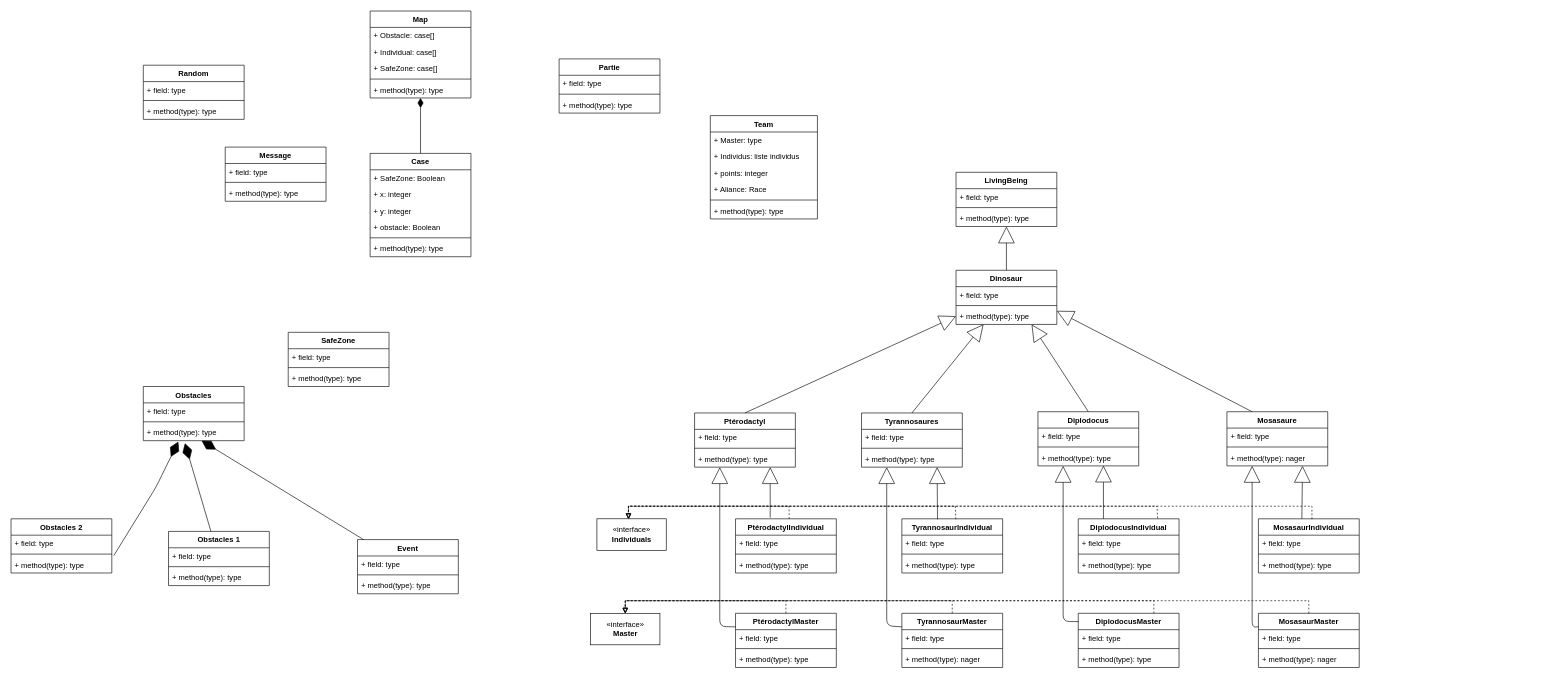
Before: Structure/UML-Diagram.drawio in 0xtter/Jurassic-Fight, a draw.io diagram. Source tidied: cells renumbered, new cells numbered last; positions are measured from the earlier drawing's top-left corner, leaving out a move shared by most shapes. Both pictures are drawn from the tidied source at 63%, with x=0, y=0 at pixel (11, 11).
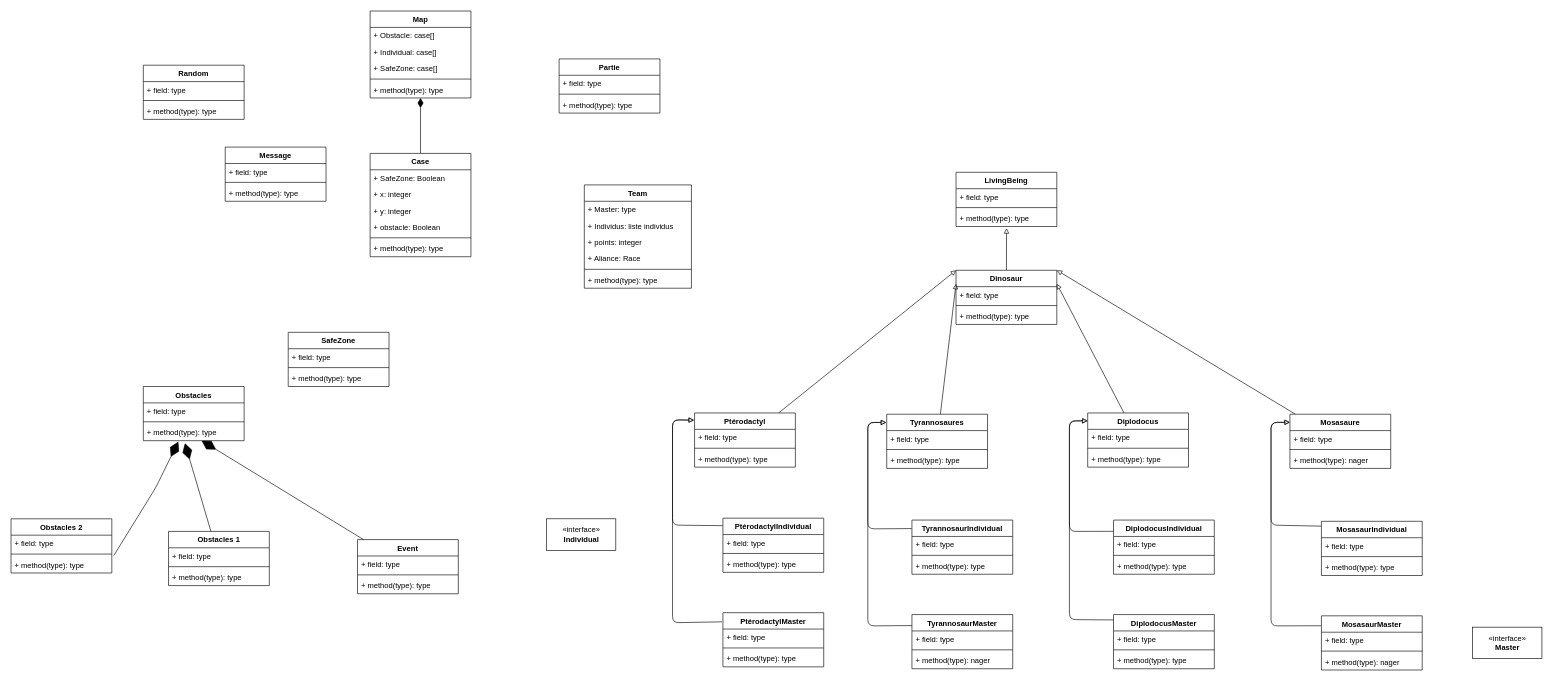
After the change.

Unchanged cells that the change refers to:
```xml
<mxCell id="2" value="LivingBeing" style="swimlane;fontStyle=1;align=center;verticalAlign=top;horizontal=1;startSize=26;" parent="1" vertex="1">
  <mxGeometry x="1500" y="256" width="160" height="86" as="geometry" />
</mxCell>
<mxCell id="5" value="+ method(type): type" style="text;strokeColor=none;fillColor=none;align=left;verticalAlign=top;spacingLeft=4;spacingRight=4;overflow=hidden;points=[[0,0.5],[1,0.5]];portConstraint=eastwest;" parent="2" vertex="1">
  <mxGeometry y="60" width="160" height="26" as="geometry" />
</mxCell>
<mxCell id="6" value="Dinosaur" style="swimlane;fontStyle=1;align=center;verticalAlign=top;horizontal=1;startSize=26;" parent="1" vertex="1">
  <mxGeometry x="1500" y="411.5" width="160" height="86" as="geometry" />
</mxCell>
<mxCell id="9" value="+ method(type): type" style="text;strokeColor=none;fillColor=none;align=left;verticalAlign=top;spacingLeft=4;spacingRight=4;overflow=hidden;points=[[0,0.5],[1,0.5]];portConstraint=eastwest;" parent="6" vertex="1">
  <mxGeometry y="60" width="160" height="26" as="geometry" />
</mxCell>
<mxCell id="10" value="Ptérodactyl" style="swimlane;fontStyle=1;align=center;verticalAlign=top;horizontal=1;startSize=26;" parent="1" vertex="1">
  <mxGeometry x="1085" y="638" width="160" height="86" as="geometry" />
</mxCell>
<mxCell id="21" value="+ method(type): type" style="text;strokeColor=none;fillColor=none;align=left;verticalAlign=top;spacingLeft=4;spacingRight=4;overflow=hidden;points=[[0,0.5],[1,0.5]];portConstraint=eastwest;" parent="18" vertex="1">
  <mxGeometry y="60" width="160" height="26" as="geometry" />
</mxCell>
```

Diff of the diagram source:
```diff
@@
+    <mxCell id="137" style="edgeStyle=none;rounded=1;html=1;entryX=0.501;entryY=1.105;entryDx=0;entryDy=0;entryPerimeter=0;endArrow=block;endFill=0;" parent="1" edge="1" source="6" target="5">
+      <mxGeometry relative="1" as="geometry" />
+    </mxCell>
@@
+    <mxCell id="138" style="edgeStyle=none;rounded=1;html=1;entryX=0;entryY=0;entryDx=0;entryDy=0;endArrow=block;endFill=0;" parent="1" edge="1" source="10" target="6">
+      <mxGeometry relative="1" as="geometry" />
+    </mxCell>
@@
+    <mxCell id="139" style="edgeStyle=none;rounded=1;html=1;entryX=0;entryY=0.25;entryDx=0;entryDy=0;endArrow=block;endFill=0;" parent="1" edge="1" source="14" target="6">
+      <mxGeometry relative="1" as="geometry" />
+    </mxCell>
     <mxCell id="14" value="Tyrannosaures" style="swimlane;fontStyle=1;align=center;verticalAlign=top;horizontal=1;startSize=26;" parent="1" vertex="1">
-      <mxGeometry x="1350" y="638" width="160" height="86" as="geometry" />
+      <mxGeometry x="1390" y="640" width="160" height="86" as="geometry" />
     </mxCell>
@@
+    <mxCell id="108" style="edgeStyle=none;rounded=1;html=1;entryX=1;entryY=0.25;entryDx=0;entryDy=0;endArrow=block;endFill=0;" parent="1" edge="1" source="18" target="6">
+      <mxGeometry relative="1" as="geometry" />
+    </mxCell>
     <mxCell id="18" value="Diplodocus" style="swimlane;fontStyle=1;align=center;verticalAlign=top;horizontal=1;startSize=26;" parent="1" vertex="1">
-      <mxGeometry x="1630" y="636" width="160" height="86" as="geometry" />
+      <mxGeometry x="1709" y="638" width="160" height="86" as="geometry" />
     </mxCell>
@@
+    <mxCell id="109" style="edgeStyle=none;rounded=1;html=1;entryX=1;entryY=0;entryDx=0;entryDy=0;endArrow=block;endFill=0;" parent="1" edge="1" source="22" target="6">
+      <mxGeometry relative="1" as="geometry" />
+    </mxCell>
     <mxCell id="22" value="Mosasaure" style="swimlane;fontStyle=1;align=center;verticalAlign=top;horizontal=1;startSize=26;" parent="1" vertex="1">
-      <mxGeometry x="1930" y="636" width="160" height="86" as="geometry" />
+      <mxGeometry x="2030" y="640" width="160" height="86" as="geometry" />
     </mxCell>
@@
     <mxCell id="32" value="Team" style="swimlane;fontStyle=1;align=center;verticalAlign=top;horizontal=1;startSize=26;" parent="1" vertex="1">
-      <mxGeometry x="1110" y="166" width="170" height="164" as="geometry" />
+      <mxGeometry x="910" y="276" width="170" height="164" as="geometry" />
     </mxCell>
@@
-    <mxCell id="59" value="«interface»&lt;br&gt;&lt;b&gt;Individuals&lt;/b&gt;" style="html=1;" parent="1" vertex="1">
-      <mxGeometry x="930" y="806" width="110" height="50" as="geometry" />
+    <mxCell id="59" value="«interface»&lt;br&gt;&lt;b&gt;Individual&lt;/b&gt;" style="html=1;" parent="1" vertex="1">
+      <mxGeometry x="850" y="806" width="110" height="50" as="geometry" />
     </mxCell>
     <mxCell id="60" value="«interface»&lt;br&gt;&lt;b&gt;Master&lt;/b&gt;" style="html=1;" parent="1" vertex="1">
-      <mxGeometry x="920" y="956" width="110" height="50" as="geometry" />
+      <mxGeometry x="2320" y="978" width="110" height="50" as="geometry" />
     </mxCell>
@@
+    <mxCell id="110" style="edgeStyle=none;html=1;entryX=-0.004;entryY=0.133;entryDx=0;entryDy=0;endArrow=block;endFill=0;entryPerimeter=0;exitX=-0.002;exitY=0.138;exitDx=0;exitDy=0;exitPerimeter=0;" parent="1" edge="1" source="69" target="10">
+      <mxGeometry relative="1" as="geometry">
+        <Array as="points">
+          <mxPoint x="1050" y="816" />
+          <mxPoint x="1050" y="649" />
+        </Array>
+      </mxGeometry>
+    </mxCell>
     <mxCell id="69" value="PtérodactylIndividual" style="swimlane;fontStyle=1;align=center;verticalAlign=top;horizontal=1;startSize=26;" parent="1" vertex="1">
-      <mxGeometry x="1150" y="806" width="160" height="86" as="geometry" />
+      <mxGeometry x="1130" y="805" width="160" height="86" as="geometry" />
     </mxCell>
@@
+    <mxCell id="112" style="edgeStyle=none;rounded=1;html=1;entryX=-0.007;entryY=0.131;entryDx=0;entryDy=0;entryPerimeter=0;endArrow=block;endFill=0;exitX=-0.008;exitY=0.169;exitDx=0;exitDy=0;exitPerimeter=0;" parent="1" edge="1" source="73" target="10">
+      <mxGeometry relative="1" as="geometry">
+        <Array as="points">
+          <mxPoint x="1050" y="971" />
+          <mxPoint x="1050" y="649" />
+        </Array>
+      </mxGeometry>
+    </mxCell>
     <mxCell id="73" value="PtérodactylMaster" style="swimlane;fontStyle=1;align=center;verticalAlign=top;horizontal=1;startSize=26;" parent="1" vertex="1">
-      <mxGeometry x="1150" y="956" width="160" height="86" as="geometry" />
+      <mxGeometry x="1130" y="955" width="160" height="86" as="geometry" />
     </mxCell>
@@
+    <mxCell id="111" style="edgeStyle=none;rounded=1;html=1;endArrow=block;endFill=0;entryX=-0.004;entryY=0.153;entryDx=0;entryDy=0;entryPerimeter=0;exitX=-0.002;exitY=0.157;exitDx=0;exitDy=0;exitPerimeter=0;" parent="1" edge="1" source="77" target="14">
+      <mxGeometry relative="1" as="geometry">
+        <Array as="points">
+          <mxPoint x="1360" y="822" />
+          <mxPoint x="1360" y="653" />
+        </Array>
+      </mxGeometry>
+    </mxCell>
     <mxCell id="77" value="TyrannosaurIndividual" style="swimlane;fontStyle=1;align=center;verticalAlign=top;horizontal=1;startSize=26;" parent="1" vertex="1">
-      <mxGeometry x="1414" y="806" width="160" height="86" as="geometry" />
+      <mxGeometry x="1430" y="808" width="160" height="86" as="geometry" />
     </mxCell>
@@
+    <mxCell id="113" style="edgeStyle=none;rounded=1;html=1;endArrow=block;endFill=0;entryX=-0.006;entryY=0.153;entryDx=0;entryDy=0;entryPerimeter=0;exitX=0.005;exitY=0.203;exitDx=0;exitDy=0;exitPerimeter=0;" parent="1" edge="1" source="81" target="14">
+      <mxGeometry relative="1" as="geometry">
+        <Array as="points">
+          <mxPoint x="1360" y="976" />
+          <mxPoint x="1360" y="653" />
+        </Array>
+      </mxGeometry>
+    </mxCell>
     <mxCell id="81" value="TyrannosaurMaster" style="swimlane;fontStyle=1;align=center;verticalAlign=top;horizontal=1;startSize=26;" parent="1" vertex="1">
-      <mxGeometry x="1414" y="956" width="160" height="86" as="geometry" />
+      <mxGeometry x="1430" y="958" width="160" height="86" as="geometry" />
     </mxCell>
@@
+    <mxCell id="140" style="edgeStyle=none;rounded=1;html=1;endArrow=block;endFill=0;entryX=0.001;entryY=0.144;entryDx=0;entryDy=0;entryPerimeter=0;exitX=0.001;exitY=0.208;exitDx=0;exitDy=0;exitPerimeter=0;" parent="1" edge="1" source="89" target="18">
+      <mxGeometry relative="1" as="geometry">
+        <Array as="points">
+          <mxPoint x="1680" y="826" />
+          <mxPoint x="1680" y="650" />
+        </Array>
+      </mxGeometry>
+    </mxCell>
     <mxCell id="89" value="DiplodocusIndividual" style="swimlane;fontStyle=1;align=center;verticalAlign=top;horizontal=1;startSize=26;" parent="1" vertex="1">
-      <mxGeometry x="1694" y="806" width="160" height="86" as="geometry" />
+      <mxGeometry x="1750" y="808" width="160" height="86" as="geometry" />
     </mxCell>
@@
+    <mxCell id="114" style="edgeStyle=none;rounded=1;html=1;endArrow=block;endFill=0;entryX=-0.002;entryY=0.147;entryDx=0;entryDy=0;entryPerimeter=0;exitX=0.006;exitY=0.099;exitDx=0;exitDy=0;exitPerimeter=0;" parent="1" edge="1" source="93" target="18">
+      <mxGeometry relative="1" as="geometry">
+        <Array as="points">
+          <mxPoint x="1680" y="966" />
+          <mxPoint x="1680" y="651" />
+        </Array>
+      </mxGeometry>
+    </mxCell>
     <mxCell id="93" value="DiplodocusMaster" style="swimlane;fontStyle=1;align=center;verticalAlign=top;horizontal=1;startSize=26;" parent="1" vertex="1">
-      <mxGeometry x="1694" y="956" width="160" height="86" as="geometry" />
+      <mxGeometry x="1750" y="958" width="160" height="86" as="geometry" />
     </mxCell>
@@
+    <mxCell id="117" style="edgeStyle=none;rounded=1;html=1;entryX=-0.001;entryY=0.151;entryDx=0;entryDy=0;entryPerimeter=0;endArrow=block;endFill=0;exitX=0;exitY=0.089;exitDx=0;exitDy=0;exitPerimeter=0;" parent="1" edge="1" source="97" target="22">
+      <mxGeometry relative="1" as="geometry">
+        <Array as="points">
+          <mxPoint x="2000" y="816" />
+          <mxPoint x="2000" y="653" />
+        </Array>
+      </mxGeometry>
+    </mxCell>
     <mxCell id="97" value="MosasaurIndividual" style="swimlane;fontStyle=1;align=center;verticalAlign=top;horizontal=1;startSize=26;" parent="1" vertex="1">
-      <mxGeometry x="1980" y="806" width="160" height="86" as="geometry" />
+      <mxGeometry x="2080" y="810" width="160" height="86" as="geometry" />
     </mxCell>
@@
+    <mxCell id="116" style="edgeStyle=none;rounded=1;html=1;entryX=0;entryY=0.147;entryDx=0;entryDy=0;entryPerimeter=0;endArrow=block;endFill=0;exitX=-0.005;exitY=0.183;exitDx=0;exitDy=0;exitPerimeter=0;" parent="1" edge="1" source="101" target="22">
+      <mxGeometry relative="1" as="geometry">
+        <Array as="points">
+          <mxPoint x="2000" y="976" />
+          <mxPoint x="2000" y="653" />
+        </Array>
+      </mxGeometry>
+    </mxCell>
     <mxCell id="101" value="MosasaurMaster" style="swimlane;fontStyle=1;align=center;verticalAlign=top;horizontal=1;startSize=26;" parent="1" vertex="1">
-      <mxGeometry x="1980" y="956" width="160" height="86" as="geometry" />
+      <mxGeometry x="2080" y="960" width="160" height="86" as="geometry" />
     </mxCell>
@@
-    <mxCell id="105" style="endArrow=block;endFill=0;endSize=24;html=1;exitX=0.5;exitY=0;exitDx=0;exitDy=0;entryX=0.5;entryY=1;entryDx=0;entryDy=0;" parent="1" edge="1" source="6" target="2">
-      <mxGeometry relative="1" as="geometry" />
-    </mxCell>
-    <mxCell id="106" style="endArrow=block;endFill=0;endSize=24;html=1;exitX=0.5;exitY=0;exitDx=0;exitDy=0;entryX=0.273;entryY=0.992;entryDx=0;entryDy=0;entryPerimeter=0;" parent="1" edge="1" source="14" target="9">
-      <mxGeometry relative="1" as="geometry" />
-    </mxCell>
-    <mxCell id="107" style="endArrow=block;endFill=0;endSize=24;html=1;entryX=0;entryY=0.5;entryDx=0;entryDy=0;exitX=0.5;exitY=0;exitDx=0;exitDy=0;" parent="1" edge="1" source="10" target="9">
-      <mxGeometry relative="1" as="geometry" />
-    </mxCell>
-    <mxCell id="108" style="endArrow=block;endFill=0;endSize=24;html=1;entryX=0.75;entryY=1;entryDx=0;entryDy=0;exitX=0.5;exitY=0;exitDx=0;exitDy=0;" parent="1" edge="1" source="18" target="6">
-      <mxGeometry relative="1" as="geometry" />
-    </mxCell>
-    <mxCell id="109" style="endArrow=block;endFill=0;endSize=24;html=1;entryX=1;entryY=0.75;entryDx=0;entryDy=0;exitX=0.25;exitY=0;exitDx=0;exitDy=0;" parent="1" edge="1" source="22" target="6">
-      <mxGeometry relative="1" as="geometry" />
-    </mxCell>
-    <mxCell id="110" style="endArrow=block;endFill=0;endSize=24;html=1;exitX=0.344;exitY=-0.021;exitDx=0;exitDy=0;entryX=0.75;entryY=1;entryDx=0;entryDy=0;exitPerimeter=0;" parent="1" edge="1" source="69" target="10">
-      <mxGeometry relative="1" as="geometry" />
-    </mxCell>
-    <mxCell id="111" style="endArrow=block;endFill=0;endSize=24;html=1;exitX=0.354;exitY=0.011;exitDx=0;exitDy=0;entryX=0.75;entryY=1;entryDx=0;entryDy=0;exitPerimeter=0;" parent="1" edge="1" source="77" target="14">
-      <mxGeometry relative="1" as="geometry" />
-    </mxCell>
-    <mxCell id="112" style="endArrow=block;endFill=0;endSize=24;html=1;exitX=0;exitY=0.25;exitDx=0;exitDy=0;entryX=0.25;entryY=1;entryDx=0;entryDy=0;" parent="1" edge="1" source="73" target="10">
-      <mxGeometry relative="1" as="geometry">
-        <Array as="points">
-          <mxPoint x="1125" y="977" />
-        </Array>
-      </mxGeometry>
-    </mxCell>
-    <mxCell id="113" style="endArrow=block;endFill=0;endSize=24;html=1;entryX=0.25;entryY=1;entryDx=0;entryDy=0;exitX=0;exitY=0.25;exitDx=0;exitDy=0;" parent="1" edge="1" source="81" target="14">
-      <mxGeometry relative="1" as="geometry">
-        <Array as="points">
-          <mxPoint x="1390" y="976" />
-        </Array>
-      </mxGeometry>
-    </mxCell>
-    <mxCell id="114" style="endArrow=block;endFill=0;endSize=24;html=1;exitX=0.003;exitY=0.153;exitDx=0;exitDy=0;entryX=0.25;entryY=1;entryDx=0;entryDy=0;exitPerimeter=0;" parent="1" edge="1" source="93" target="18">
-      <mxGeometry relative="1" as="geometry">
-        <Array as="points">
-          <mxPoint x="1670" y="969" />
-        </Array>
-      </mxGeometry>
-    </mxCell>
-    <mxCell id="115" style="endArrow=block;endFill=0;endSize=24;html=1;exitX=0.25;exitY=0;exitDx=0;exitDy=0;entryX=0.65;entryY=0.982;entryDx=0;entryDy=0;entryPerimeter=0;" parent="1" edge="1" source="89" target="21">
-      <mxGeometry relative="1" as="geometry" />
-    </mxCell>
-    <mxCell id="116" style="endArrow=block;endFill=0;endSize=24;html=1;entryX=0.25;entryY=1;entryDx=0;entryDy=0;exitX=0;exitY=0.25;exitDx=0;exitDy=0;" parent="1" edge="1" source="101" target="22">
-      <mxGeometry relative="1" as="geometry">
-        <Array as="points">
-          <mxPoint x="1970" y="978" />
-        </Array>
-      </mxGeometry>
-    </mxCell>
-    <mxCell id="117" style="endArrow=block;endFill=0;endSize=24;html=1;exitX=0.431;exitY=-0.004;exitDx=0;exitDy=0;entryX=0.75;entryY=1;entryDx=0;entryDy=0;exitPerimeter=0;" parent="1" edge="1" source="97" target="22">
-      <mxGeometry relative="1" as="geometry" />
-    </mxCell>
-    <mxCell id="118" style="endArrow=block;html=1;entryX=0.5;entryY=0;entryDx=0;entryDy=0;exitX=0.5;exitY=0;exitDx=0;exitDy=0;rounded=0;dashed=1;endFill=0;" parent="1" edge="1" source="73" target="60">
-      <mxGeometry relative="1" as="geometry">
-        <Array as="points">
-          <mxPoint x="1230" y="936" />
-          <mxPoint x="975" y="936" />
-        </Array>
-      </mxGeometry>
-    </mxCell>
-    <mxCell id="119" style="endArrow=block;html=1;entryX=0.5;entryY=0;entryDx=0;entryDy=0;exitX=0.5;exitY=0;exitDx=0;exitDy=0;rounded=0;dashed=1;endFill=0;" parent="1" edge="1" source="81" target="60">
-      <mxGeometry relative="1" as="geometry">
-        <Array as="points">
-          <mxPoint x="1494" y="936" />
-          <mxPoint x="975" y="936" />
-        </Array>
-      </mxGeometry>
-    </mxCell>
-    <mxCell id="120" style="endArrow=block;html=1;entryX=0.5;entryY=0;entryDx=0;entryDy=0;exitX=0.75;exitY=0;exitDx=0;exitDy=0;rounded=0;dashed=1;endFill=0;" parent="1" edge="1" source="93" target="60">
-      <mxGeometry relative="1" as="geometry">
-        <Array as="points">
-          <mxPoint x="1814" y="936" />
-          <mxPoint x="975" y="936" />
-        </Array>
-      </mxGeometry>
-    </mxCell>
-    <mxCell id="121" style="endArrow=block;html=1;entryX=0.5;entryY=0;entryDx=0;entryDy=0;exitX=0.5;exitY=0;exitDx=0;exitDy=0;rounded=0;dashed=1;endFill=0;" parent="1" edge="1" source="101" target="60">
-      <mxGeometry relative="1" as="geometry">
-        <Array as="points">
-          <mxPoint x="2060" y="936" />
-          <mxPoint x="975" y="936" />
-        </Array>
-      </mxGeometry>
-    </mxCell>
@@
-    <mxCell id="125" style="endArrow=block;html=1;entryX=0.5;entryY=0;entryDx=0;entryDy=0;rounded=0;dashed=1;endFill=0;exitX=0.532;exitY=0.002;exitDx=0;exitDy=0;exitPerimeter=0;" parent="1" edge="1" source="69">
-      <mxGeometry relative="1" as="geometry">
-        <mxPoint x="980" y="806" as="targetPoint" />
-        <Array as="points">
-          <mxPoint x="1235" y="786" />
-          <mxPoint x="980" y="786" />
-        </Array>
-      </mxGeometry>
-    </mxCell>
-    <mxCell id="126" style="endArrow=block;html=1;entryX=0.5;entryY=0;entryDx=0;entryDy=0;rounded=0;dashed=1;endFill=0;exitX=0.535;exitY=0.009;exitDx=0;exitDy=0;exitPerimeter=0;" parent="1" edge="1" source="77">
-      <mxGeometry relative="1" as="geometry">
-        <mxPoint x="980" y="806" as="targetPoint" />
-        <Array as="points">
-          <mxPoint x="1499" y="786" />
-          <mxPoint x="980" y="786" />
-        </Array>
-      </mxGeometry>
-    </mxCell>
-    <mxCell id="127" style="endArrow=block;html=1;entryX=0.5;entryY=0;entryDx=0;entryDy=0;rounded=0;dashed=1;endFill=0;exitX=0.787;exitY=-0.008;exitDx=0;exitDy=0;exitPerimeter=0;" parent="1" edge="1" source="89">
-      <mxGeometry relative="1" as="geometry">
-        <mxPoint x="980" y="806" as="targetPoint" />
-        <Array as="points">
-          <mxPoint x="1819" y="786" />
-          <mxPoint x="980" y="786" />
-        </Array>
-      </mxGeometry>
-    </mxCell>
-    <mxCell id="128" style="endArrow=block;html=1;entryX=0.459;entryY=0.01;entryDx=0;entryDy=0;rounded=0;dashed=1;endFill=0;entryPerimeter=0;exitX=0.531;exitY=0.006;exitDx=0;exitDy=0;exitPerimeter=0;" parent="1" edge="1" source="97" target="59">
-      <mxGeometry relative="1" as="geometry">
-        <Array as="points">
-          <mxPoint x="2065" y="786" />
-          <mxPoint x="980" y="786" />
-        </Array>
-      </mxGeometry>
-    </mxCell>
```
